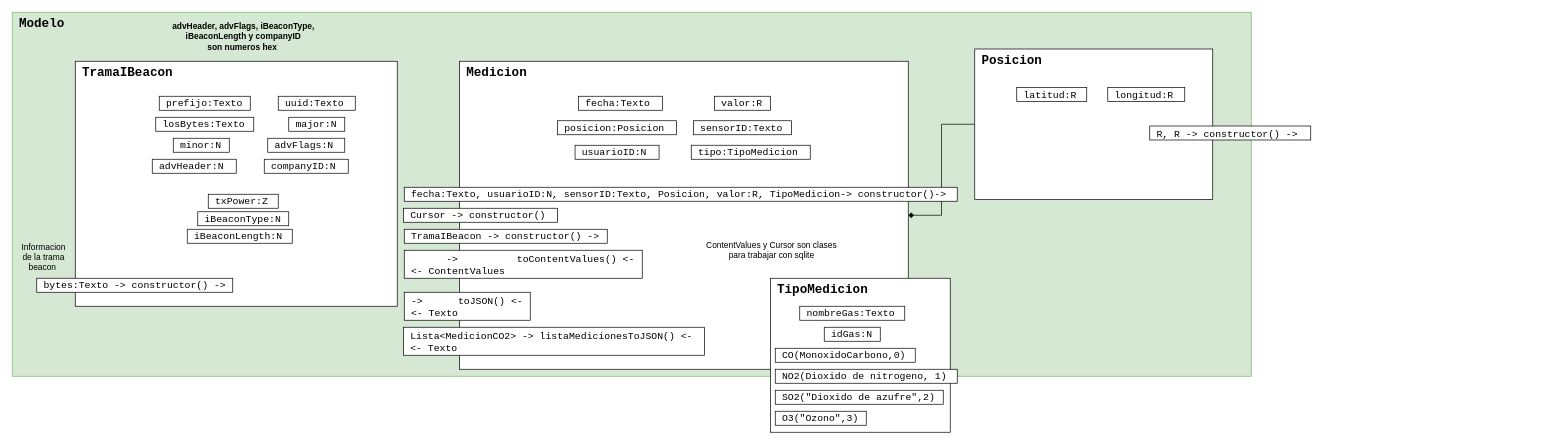
This is page "DiagrmaClasesModelo" (2 of 3) of doc/DiseñoClaseAndroid.drawio from GTI-3A-Pure-Life/Pure-Life-Android, a draw.io file, before an edit. Source tidied: cells renumbered, new cells numbered last; positions are measured from the earlier drawing's top-left corner, leaving out a move shared by most shapes. Both pictures are drawn from the tidied source at 70%, with x=0, y=0 at pixel (12, 12).
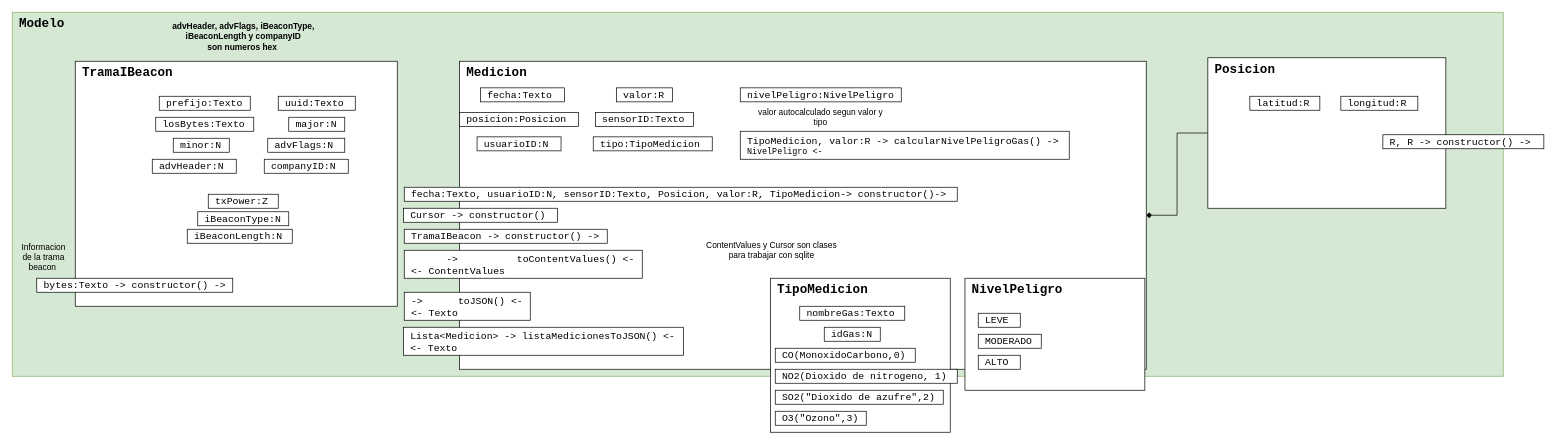
The same page after the edit.

Diff of the diagram source:
```diff
@@
     <mxCell id="2" value="&lt;font face=&quot;Courier New&quot; size=&quot;1&quot;&gt;&lt;b style=&quot;font-size: 18px&quot;&gt;Modelo&lt;/b&gt;&lt;/font&gt;" style="rounded=0;whiteSpace=wrap;html=1;align=left;verticalAlign=top;spacingLeft=8;fillColor=#d5e8d4;strokeColor=#82b366;" parent="1" vertex="1">
-      <mxGeometry width="1770" height="520" as="geometry" />
+      <mxGeometry width="2130" height="520" as="geometry" />
     </mxCell>
@@
     <mxCell id="18" value="&lt;font face=&quot;Courier New&quot; size=&quot;1&quot;&gt;&lt;b style=&quot;font-size: 18px&quot;&gt;Medicion&lt;/b&gt;&lt;/font&gt;" style="rounded=0;whiteSpace=wrap;html=1;align=left;verticalAlign=top;spacingLeft=8;" parent="1" vertex="1">
-      <mxGeometry x="639" y="70" width="641" height="440" as="geometry" />
+      <mxGeometry x="639" y="70" width="981" height="440" as="geometry" />
     </mxCell>
     <mxCell id="19" value="&lt;span style=&quot;font-size: 14px&quot;&gt;fecha:Texto&lt;br&gt;&lt;/span&gt;" style="rounded=0;whiteSpace=wrap;html=1;align=left;fontFamily=Courier New;spacingTop=2;spacingLeft=8;" parent="1" vertex="1">
-      <mxGeometry x="809" y="120" width="120" height="20" as="geometry" />
+      <mxGeometry x="669" y="108" width="120" height="20" as="geometry" />
     </mxCell>
     <mxCell id="20" value="&lt;span style=&quot;font-size: 14px&quot;&gt;valor:R&lt;br&gt;&lt;/span&gt;" style="rounded=0;whiteSpace=wrap;html=1;align=left;fontFamily=Courier New;spacingTop=2;spacingLeft=8;" parent="1" vertex="1">
-      <mxGeometry x="1003" y="120" width="80" height="20" as="geometry" />
+      <mxGeometry x="863" y="108" width="80" height="20" as="geometry" />
     </mxCell>
     <mxCell id="21" value="&lt;span style=&quot;font-size: 14px&quot;&gt;posicion:Posicion&lt;br&gt;&lt;/span&gt;" style="rounded=0;whiteSpace=wrap;html=1;align=left;fontFamily=Courier New;spacingTop=2;spacingLeft=8;" parent="1" vertex="1">
-      <mxGeometry x="779" y="155" width="170" height="20" as="geometry" />
+      <mxGeometry x="639" y="143" width="170" height="20" as="geometry" />
     </mxCell>
     <mxCell id="22" value="&lt;span style=&quot;font-size: 14px&quot;&gt;sensorID:Texto&lt;br&gt;&lt;/span&gt;" style="rounded=0;whiteSpace=wrap;html=1;align=left;fontFamily=Courier New;spacingTop=2;spacingLeft=8;" parent="1" vertex="1">
-      <mxGeometry x="973" y="155" width="140" height="20" as="geometry" />
+      <mxGeometry x="833" y="143" width="140" height="20" as="geometry" />
     </mxCell>
@@
     <mxCell id="24" value="&lt;font face=&quot;Courier New&quot; size=&quot;1&quot;&gt;&lt;b style=&quot;font-size: 18px&quot;&gt;Posicion&lt;/b&gt;&lt;/font&gt;" style="rounded=0;whiteSpace=wrap;html=1;align=left;verticalAlign=top;spacingLeft=8;" parent="1" vertex="1">
-      <mxGeometry x="1375" y="52.5" width="340" height="215" as="geometry" />
+      <mxGeometry x="1708" y="65" width="340" height="215" as="geometry" />
     </mxCell>
     <mxCell id="25" value="&lt;span style=&quot;font-size: 14px&quot;&gt;latitud:R&lt;br&gt;&lt;/span&gt;" style="rounded=0;whiteSpace=wrap;html=1;align=left;fontFamily=Courier New;spacingTop=2;spacingLeft=8;" parent="1" vertex="1">
-      <mxGeometry x="1435" y="107.5" width="100" height="20" as="geometry" />
+      <mxGeometry x="1768" y="120" width="100" height="20" as="geometry" />
     </mxCell>
     <mxCell id="26" value="&lt;span style=&quot;font-size: 14px&quot;&gt;longitud:R&lt;br&gt;&lt;/span&gt;" style="rounded=0;whiteSpace=wrap;html=1;align=left;fontFamily=Courier New;spacingTop=2;spacingLeft=8;" parent="1" vertex="1">
-      <mxGeometry x="1565" y="107.5" width="110" height="20" as="geometry" />
+      <mxGeometry x="1898" y="120" width="110" height="20" as="geometry" />
     </mxCell>
     <mxCell id="27" value="&lt;span style=&quot;font-size: 14px&quot;&gt;R, R&amp;nbsp;&lt;/span&gt;&lt;span style=&quot;font-size: 14px&quot;&gt;-&amp;gt; constructor() -&amp;gt;&lt;br&gt;&lt;/span&gt;" style="rounded=0;whiteSpace=wrap;html=1;align=left;fontFamily=Courier New;spacingTop=2;spacingLeft=8;" parent="1" vertex="1">
-      <mxGeometry x="1625" y="162.5" width="230" height="20" as="geometry" />
+      <mxGeometry x="1958" y="175" width="230" height="20" as="geometry" />
     </mxCell>
     <mxCell id="28" value="&lt;span style=&quot;font-size: 14px&quot;&gt;usuarioID:N&lt;br&gt;&lt;/span&gt;" style="rounded=0;whiteSpace=wrap;html=1;align=left;fontFamily=Courier New;spacingTop=2;spacingLeft=8;" parent="1" vertex="1">
-      <mxGeometry x="804" y="190" width="120" height="20" as="geometry" />
+      <mxGeometry x="664" y="178" width="120" height="20" as="geometry" />
     </mxCell>
@@
-    <mxCell id="33" value="&lt;span style=&quot;font-size: 14px&quot;&gt;Lista&amp;lt;MedicionCO2&amp;gt; -&amp;gt; listaMedicionesToJSON() &amp;lt;-&lt;br&gt;&lt;/span&gt;&lt;span style=&quot;font-size: 14px&quot;&gt;&amp;lt;- Texto&lt;/span&gt;&lt;span style=&quot;font-size: 14px&quot;&gt;&lt;br&gt;&lt;/span&gt;" style="rounded=0;whiteSpace=wrap;html=1;align=left;fontFamily=Courier New;spacingTop=2;spacingLeft=8;" parent="1" vertex="1">
-      <mxGeometry x="559" y="450" width="430" height="40" as="geometry" />
+    <mxCell id="33" value="&lt;span style=&quot;font-size: 14px&quot;&gt;Lista&amp;lt;Medicion&amp;gt; -&amp;gt; listaMedicionesToJSON() &amp;lt;-&lt;br&gt;&lt;/span&gt;&lt;span style=&quot;font-size: 14px&quot;&gt;&amp;lt;- Texto&lt;/span&gt;&lt;span style=&quot;font-size: 14px&quot;&gt;&lt;br&gt;&lt;/span&gt;" style="rounded=0;whiteSpace=wrap;html=1;align=left;fontFamily=Courier New;spacingTop=2;spacingLeft=8;" parent="1" vertex="1">
+      <mxGeometry x="559" y="450" width="400" height="40" as="geometry" />
     </mxCell>
@@
     <mxCell id="36" value="&lt;span style=&quot;font-size: 14px&quot;&gt;tipo:TipoMedicion&lt;br&gt;&lt;/span&gt;" style="rounded=0;whiteSpace=wrap;html=1;align=left;fontFamily=Courier New;spacingTop=2;spacingLeft=8;" parent="1" vertex="1">
-      <mxGeometry x="970" y="190" width="170" height="20" as="geometry" />
+      <mxGeometry x="830" y="178" width="170" height="20" as="geometry" />
     </mxCell>
@@
+    <mxCell id="44" value="&lt;font face=&quot;Courier New&quot; size=&quot;1&quot;&gt;&lt;b style=&quot;font-size: 18px&quot;&gt;NivelPeligro&lt;br&gt;&lt;/b&gt;&lt;/font&gt;" style="rounded=0;whiteSpace=wrap;html=1;align=left;verticalAlign=top;spacingLeft=8;" parent="1" vertex="1">
+      <mxGeometry x="1361" y="380" width="257" height="160" as="geometry" />
+    </mxCell>
+    <mxCell id="45" value="&lt;span style=&quot;font-size: 14px&quot;&gt;LEVE&lt;br&gt;&lt;/span&gt;" style="rounded=0;whiteSpace=wrap;html=1;align=left;fontFamily=Courier New;spacingTop=2;spacingLeft=8;" parent="1" vertex="1">
+      <mxGeometry x="1380" y="430" width="60" height="20" as="geometry" />
+    </mxCell>
+    <mxCell id="46" value="&lt;span style=&quot;font-size: 14px&quot;&gt;MODERADO&lt;br&gt;&lt;/span&gt;" style="rounded=0;whiteSpace=wrap;html=1;align=left;fontFamily=Courier New;spacingTop=2;spacingLeft=8;" parent="1" vertex="1">
+      <mxGeometry x="1380" y="460" width="90" height="20" as="geometry" />
+    </mxCell>
+    <mxCell id="47" value="&lt;span style=&quot;font-size: 14px&quot;&gt;ALTO&lt;br&gt;&lt;/span&gt;" style="rounded=0;whiteSpace=wrap;html=1;align=left;fontFamily=Courier New;spacingTop=2;spacingLeft=8;" parent="1" vertex="1">
+      <mxGeometry x="1380" y="490" width="60" height="20" as="geometry" />
+    </mxCell>
+    <mxCell id="48" value="&lt;span style=&quot;font-size: 14px&quot;&gt;nivelPeligro:NivelPeligro&lt;br&gt;&lt;/span&gt;" style="rounded=0;whiteSpace=wrap;html=1;align=left;fontFamily=Courier New;spacingTop=2;spacingLeft=8;" parent="1" vertex="1">
+      <mxGeometry x="1040" y="108" width="230" height="20" as="geometry" />
+    </mxCell>
+    <mxCell id="49" value="valor autocalculado segun valor y tipo" style="text;html=1;strokeColor=none;fillColor=none;align=center;verticalAlign=middle;whiteSpace=wrap;rounded=0;" parent="1" vertex="1">
+      <mxGeometry x="1060" y="140" width="190" height="20" as="geometry" />
+    </mxCell>
+    <mxCell id="50" value="&lt;span style=&quot;font-size: 14px&quot;&gt;TipoMedicion, valor:R -&amp;gt; calcularNivelPeligroGas() -&amp;gt;&lt;br&gt;&lt;/span&gt;NivelPeligro &amp;lt;-" style="rounded=0;whiteSpace=wrap;html=1;align=left;fontFamily=Courier New;spacingTop=2;spacingLeft=8;" parent="1" vertex="1">
+      <mxGeometry x="1040" y="170" width="470" height="40" as="geometry" />
+    </mxCell>
```
